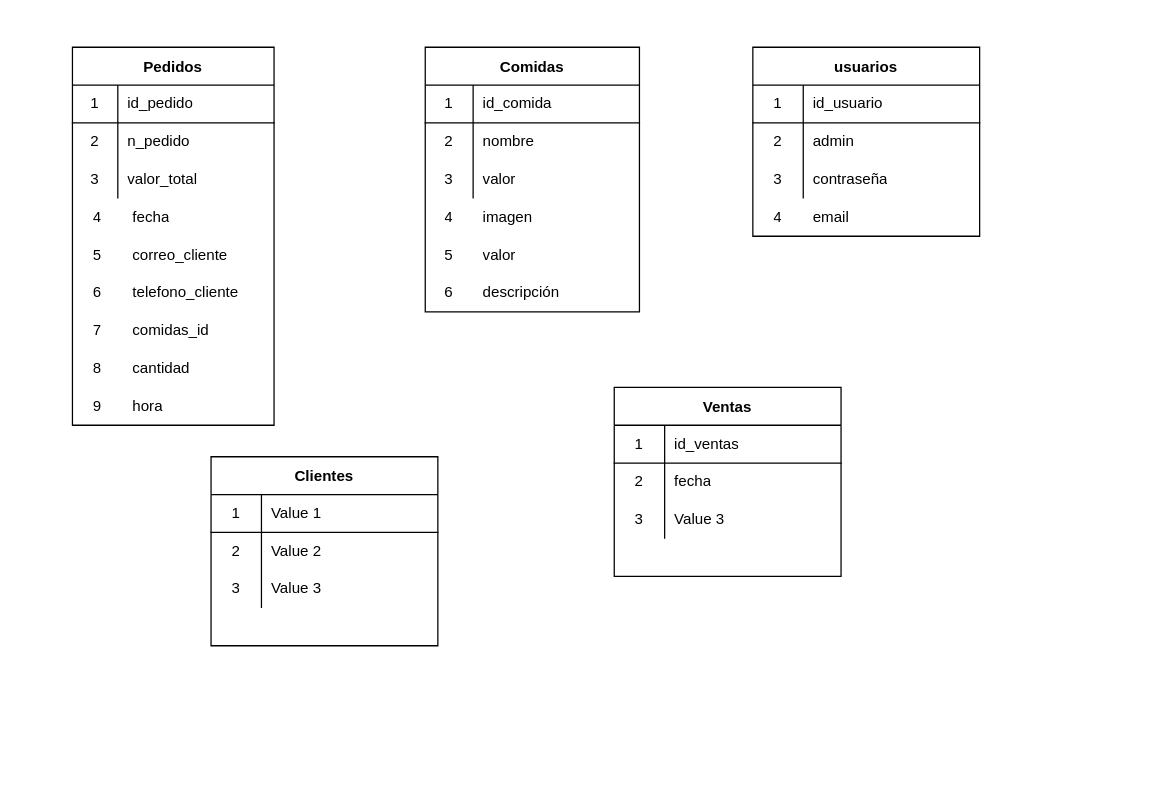
This is base-de-datos-altiroapp.drawio from nina011/bpmn_vi_semestre, a draw.io file, before an edit. Source tidied: cells renumbered, new cells numbered last; positions are measured from the earlier drawing's top-left corner, leaving out a move shared by most shapes. Both pictures are drawn from the tidied source at 126%, with x=0, y=0 at pixel (72, 47).
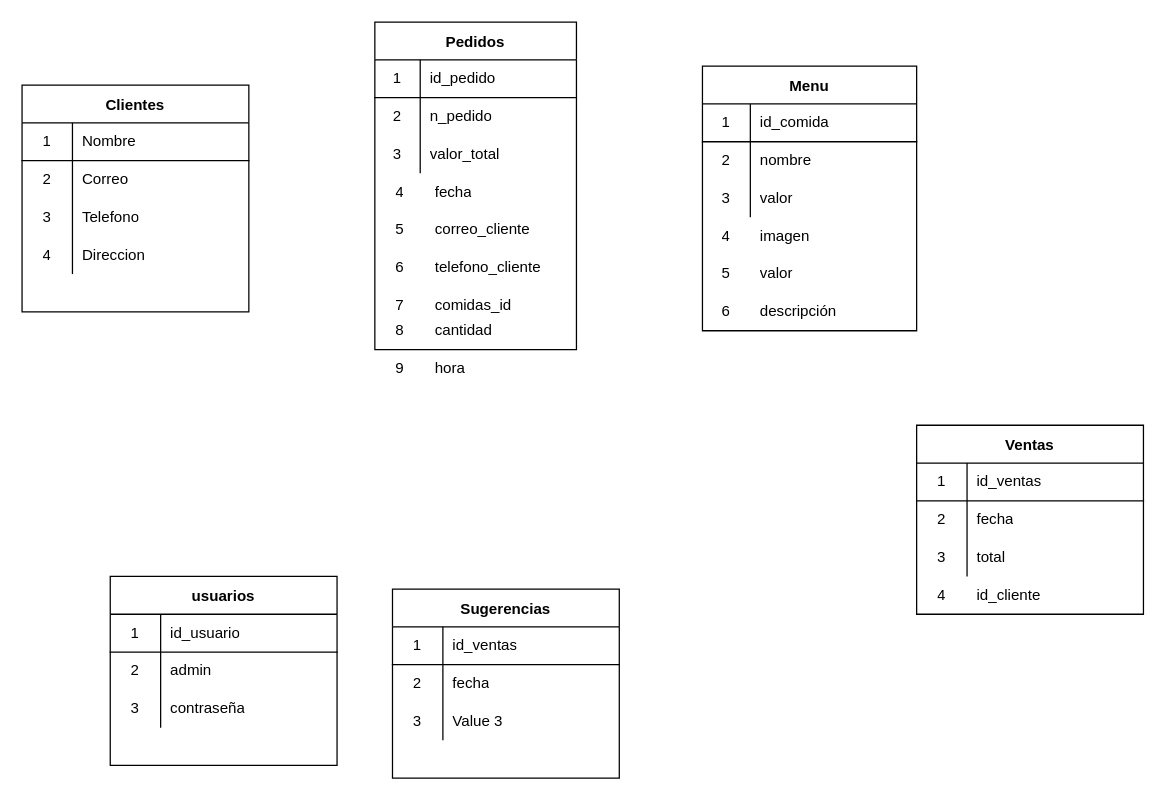
Above is the later version.

The change refers to these unchanged cells:
```xml
<mxCell id="63" style="shape=partialRectangle;html=1;whiteSpace=wrap;fillColor=none;top=0;left=0;bottom=0;right=0;" parent="56" vertex="1">
  <mxGeometry y="90" width="180" height="30" as="geometry" />
</mxCell>
<mxCell id="73" style="shape=partialRectangle;html=1;whiteSpace=wrap;fillColor=none;top=0;left=0;bottom=1;right=0;" parent="72" vertex="1">
  <mxGeometry y="30" width="180" height="30" as="geometry" />
</mxCell>
<mxCell id="76" style="shape=partialRectangle;html=1;whiteSpace=wrap;fillColor=none;top=0;left=0;bottom=0;right=0;" parent="72" vertex="1">
  <mxGeometry y="60" width="180" height="30" as="geometry" />
</mxCell>
<mxCell id="79" style="shape=partialRectangle;html=1;whiteSpace=wrap;fillColor=none;top=0;left=0;bottom=0;right=0;" parent="72" vertex="1">
  <mxGeometry y="90" width="180" height="30" as="geometry" />
</mxCell>
```

The edit, as a diff of the source:
```diff
@@
     <mxCell id="2" value="Pedidos" style="shape=table;startSize=30;childLayout=tableLayout;rowLines=0;fontStyle=1;align=center;" parent="1" vertex="1">
-      <mxGeometry width="160" height="300" as="geometry" />
+      <mxGeometry x="240" y="-20" width="160" height="260" as="geometry" />
     </mxCell>
@@
-    <mxCell id="12" value="Comidas" style="shape=table;startSize=30;childLayout=tableLayout;rowLines=0;fontStyle=1;align=center;" parent="1" vertex="1">
-      <mxGeometry x="280" width="170" height="210" as="geometry" />
+    <mxCell id="12" value="Menu" style="shape=table;startSize=30;childLayout=tableLayout;rowLines=0;fontStyle=1;align=center;" parent="1" vertex="1">
+      <mxGeometry x="500" y="15" width="170" height="210" as="geometry" />
     </mxCell>
@@
     <mxCell id="22" value="usuarios" style="shape=table;startSize=30;childLayout=tableLayout;rowLines=0;fontStyle=1;align=center;" parent="1" vertex="1">
-      <mxGeometry x="540" width="180" height="150" as="geometry" />
+      <mxGeometry x="30" y="420" width="180" height="150" as="geometry" />
     </mxCell>
@@
     <mxCell id="32" style="shape=partialRectangle;html=1;whiteSpace=wrap;fillColor=none;top=0;left=0;bottom=0;right=0;" parent="1" vertex="1">
-      <mxGeometry x="280" y="120" width="170" height="30" as="geometry" />
+      <mxGeometry x="500" y="135" width="170" height="30" as="geometry" />
     </mxCell>
@@
     <mxCell id="35" style="shape=partialRectangle;html=1;whiteSpace=wrap;fillColor=none;top=0;left=0;bottom=0;right=0;" parent="1" vertex="1">
-      <mxGeometry x="280" y="150" width="170" height="30" as="geometry" />
+      <mxGeometry x="500" y="165" width="170" height="30" as="geometry" />
     </mxCell>
@@
-    <mxCell id="38" style="shape=partialRectangle;html=1;whiteSpace=wrap;fillColor=none;top=0;left=0;bottom=0;right=0;" parent="1" vertex="1">
-      <mxGeometry y="120" width="180" height="30" as="geometry" />
-    </mxCell>
-    <mxCell id="39" value="4" style="shape=partialRectangle;html=1;whiteSpace=wrap;fillColor=none;top=0;left=0;bottom=0;right=0;overflow=hidden;" parent="38" vertex="1">
-      <mxGeometry width="40" height="30" as="geometry" />
-    </mxCell>
-    <mxCell id="40" value="fecha" style="shape=partialRectangle;html=1;whiteSpace=wrap;fillColor=none;top=0;left=0;bottom=0;right=0;align=left;spacingLeft=6;overflow=hidden;" parent="38" vertex="1">
-      <mxGeometry x="40" width="140" height="30" as="geometry" />
-    </mxCell>
     <mxCell id="41" style="shape=partialRectangle;html=1;whiteSpace=wrap;fillColor=none;top=0;left=0;bottom=0;right=0;" parent="1" vertex="1">
-      <mxGeometry y="150" width="180" height="30" as="geometry" />
+      <mxGeometry x="240" y="130" width="180" height="30" as="geometry" />
     </mxCell>
@@
     <mxCell id="44" style="shape=partialRectangle;html=1;whiteSpace=wrap;fillColor=none;top=0;left=0;bottom=0;right=0;" parent="1" vertex="1">
-      <mxGeometry y="180" width="180" height="30" as="geometry" />
+      <mxGeometry x="240" y="160" width="180" height="30" as="geometry" />
     </mxCell>
@@
     <mxCell id="47" style="shape=partialRectangle;html=1;whiteSpace=wrap;fillColor=none;top=0;left=0;bottom=0;right=0;" parent="1" vertex="1">
-      <mxGeometry y="210" width="180" height="30" as="geometry" />
+      <mxGeometry x="240" y="190" width="180" height="30" as="geometry" />
     </mxCell>
@@
     <mxCell id="50" style="shape=partialRectangle;html=1;whiteSpace=wrap;fillColor=none;top=0;left=0;bottom=0;right=0;" parent="1" vertex="1">
-      <mxGeometry x="280" y="180" width="170" height="30" as="geometry" />
+      <mxGeometry x="500" y="195" width="170" height="30" as="geometry" />
     </mxCell>
@@
     <mxCell id="53" style="shape=partialRectangle;html=1;whiteSpace=wrap;fillColor=none;top=0;left=0;bottom=0;right=0;" parent="1" vertex="1">
-      <mxGeometry y="240" width="180" height="30" as="geometry" />
+      <mxGeometry x="240" y="210" width="180" height="30" as="geometry" />
     </mxCell>
@@
     <mxCell id="56" value="Ventas" style="shape=table;startSize=30;childLayout=tableLayout;rowLines=0;fontStyle=1;align=center;" parent="1" vertex="1">
-      <mxGeometry x="430" y="270" width="180" height="150" as="geometry" />
+      <mxGeometry x="670" y="300" width="180" height="150" as="geometry" />
     </mxCell>
@@
-    <mxCell id="65" value="Value 3" style="shape=partialRectangle;html=1;whiteSpace=wrap;fillColor=none;top=0;left=0;bottom=0;right=0;align=left;spacingLeft=6;overflow=hidden;" parent="63" vertex="1">
+    <mxCell id="65" value="total" style="shape=partialRectangle;html=1;whiteSpace=wrap;fillColor=none;top=0;left=0;bottom=0;right=0;align=left;spacingLeft=6;overflow=hidden;" parent="63" vertex="1">
       <mxGeometry x="40" width="140" height="30" as="geometry" />
     </mxCell>
     <mxCell id="66" style="shape=partialRectangle;html=1;whiteSpace=wrap;fillColor=none;top=0;left=0;bottom=0;right=0;" parent="1" vertex="1">
-      <mxGeometry y="270" width="180" height="30" as="geometry" />
+      <mxGeometry x="240" y="240" width="180" height="30" as="geometry" />
     </mxCell>
@@
-    <mxCell id="69" style="shape=partialRectangle;html=1;whiteSpace=wrap;fillColor=none;top=0;left=0;bottom=0;right=0;" parent="1" vertex="1">
-      <mxGeometry x="540" y="120" width="180" height="30" as="geometry" />
-    </mxCell>
-    <mxCell id="70" value="4" style="shape=partialRectangle;html=1;whiteSpace=wrap;fillColor=none;top=0;left=0;bottom=0;right=0;overflow=hidden;" parent="69" vertex="1">
-      <mxGeometry width="40" height="30" as="geometry" />
-    </mxCell>
-    <mxCell id="71" value="email" style="shape=partialRectangle;html=1;whiteSpace=wrap;fillColor=none;top=0;left=0;bottom=0;right=0;align=left;spacingLeft=6;overflow=hidden;" parent="69" vertex="1">
-      <mxGeometry x="40" width="140" height="30" as="geometry" />
-    </mxCell>
     <mxCell id="72" value="Clientes" style="shape=table;startSize=30;childLayout=tableLayout;rowLines=0;fontStyle=1;align=center;" parent="1" vertex="1">
-      <mxGeometry x="110" y="325" width="180" height="150" as="geometry" />
+      <mxGeometry x="-40" y="30" width="180" height="180" as="geometry" />
     </mxCell>
@@
-    <mxCell id="75" value="Value 1" style="shape=partialRectangle;html=1;whiteSpace=wrap;fillColor=none;top=0;left=0;bottom=0;right=0;align=left;spacingLeft=6;overflow=hidden;" parent="73" vertex="1">
+    <mxCell id="75" value="Nombre" style="shape=partialRectangle;html=1;whiteSpace=wrap;fillColor=none;top=0;left=0;bottom=0;right=0;align=left;spacingLeft=6;overflow=hidden;" parent="73" vertex="1">
       <mxGeometry x="40" width="140" height="30" as="geometry" />
     </mxCell>
@@
-    <mxCell id="78" value="Value 2" style="shape=partialRectangle;html=1;whiteSpace=wrap;fillColor=none;top=0;left=0;bottom=0;right=0;align=left;spacingLeft=6;overflow=hidden;" parent="76" vertex="1">
+    <mxCell id="78" value="Correo" style="shape=partialRectangle;html=1;whiteSpace=wrap;fillColor=none;top=0;left=0;bottom=0;right=0;align=left;spacingLeft=6;overflow=hidden;" parent="76" vertex="1">
       <mxGeometry x="40" width="140" height="30" as="geometry" />
     </mxCell>
@@
-    <mxCell id="81" value="Value 3" style="shape=partialRectangle;html=1;whiteSpace=wrap;fillColor=none;top=0;left=0;bottom=0;right=0;align=left;spacingLeft=6;overflow=hidden;" parent="79" vertex="1">
+    <mxCell id="81" value="Telefono" style="shape=partialRectangle;html=1;whiteSpace=wrap;fillColor=none;top=0;left=0;bottom=0;right=0;align=left;spacingLeft=6;overflow=hidden;" parent="79" vertex="1">
       <mxGeometry x="40" width="140" height="30" as="geometry" />
     </mxCell>
+    <mxCell id="82" style="shape=partialRectangle;html=1;whiteSpace=wrap;fillColor=none;top=0;left=0;bottom=0;right=0;" parent="72" vertex="1">
+      <mxGeometry y="120" width="180" height="30" as="geometry" />
+    </mxCell>
+    <mxCell id="83" value="4" style="shape=partialRectangle;html=1;whiteSpace=wrap;fillColor=none;top=0;left=0;bottom=0;right=0;overflow=hidden;" parent="82" vertex="1">
+      <mxGeometry width="40" height="30" as="geometry" />
+    </mxCell>
+    <mxCell id="84" value="Direccion" style="shape=partialRectangle;html=1;whiteSpace=wrap;fillColor=none;top=0;left=0;bottom=0;right=0;align=left;spacingLeft=6;overflow=hidden;" parent="82" vertex="1">
+      <mxGeometry x="40" width="140" height="30" as="geometry" />
+    </mxCell>
+    <mxCell id="85" value="Sugerencias" style="shape=table;startSize=30;childLayout=tableLayout;rowLines=0;fontStyle=1;align=center;" parent="1" vertex="1">
+      <mxGeometry x="254" y="430" width="180" height="150" as="geometry" />
+    </mxCell>
+    <mxCell id="86" style="shape=partialRectangle;html=1;whiteSpace=wrap;fillColor=none;top=0;left=0;bottom=1;right=0;" parent="85" vertex="1">
+      <mxGeometry y="30" width="180" height="30" as="geometry" />
+    </mxCell>
+    <mxCell id="87" value="1" style="shape=partialRectangle;html=1;whiteSpace=wrap;fillColor=none;top=0;left=0;bottom=0;right=0;overflow=hidden;" parent="86" vertex="1">
+      <mxGeometry width="40" height="30" as="geometry" />
+    </mxCell>
+    <mxCell id="88" value="id_ventas" style="shape=partialRectangle;html=1;whiteSpace=wrap;fillColor=none;top=0;left=0;bottom=0;right=0;align=left;spacingLeft=6;overflow=hidden;" parent="86" vertex="1">
+      <mxGeometry x="40" width="140" height="30" as="geometry" />
+    </mxCell>
+    <mxCell id="89" style="shape=partialRectangle;html=1;whiteSpace=wrap;fillColor=none;top=0;left=0;bottom=0;right=0;" parent="85" vertex="1">
+      <mxGeometry y="60" width="180" height="30" as="geometry" />
+    </mxCell>
+    <mxCell id="90" value="2" style="shape=partialRectangle;html=1;whiteSpace=wrap;fillColor=none;top=0;left=0;bottom=0;right=0;overflow=hidden;" parent="89" vertex="1">
+      <mxGeometry width="40" height="30" as="geometry" />
+    </mxCell>
+    <mxCell id="91" value="fecha" style="shape=partialRectangle;html=1;whiteSpace=wrap;fillColor=none;top=0;left=0;bottom=0;right=0;align=left;spacingLeft=6;overflow=hidden;" parent="89" vertex="1">
+      <mxGeometry x="40" width="140" height="30" as="geometry" />
+    </mxCell>
+    <mxCell id="92" style="shape=partialRectangle;html=1;whiteSpace=wrap;fillColor=none;top=0;left=0;bottom=0;right=0;" parent="85" vertex="1">
+      <mxGeometry y="90" width="180" height="30" as="geometry" />
+    </mxCell>
+    <mxCell id="93" value="3" style="shape=partialRectangle;html=1;whiteSpace=wrap;fillColor=none;top=0;left=0;bottom=0;right=0;overflow=hidden;" parent="92" vertex="1">
+      <mxGeometry width="40" height="30" as="geometry" />
+    </mxCell>
+    <mxCell id="94" value="Value 3" style="shape=partialRectangle;html=1;whiteSpace=wrap;fillColor=none;top=0;left=0;bottom=0;right=0;align=left;spacingLeft=6;overflow=hidden;" parent="92" vertex="1">
+      <mxGeometry x="40" width="140" height="30" as="geometry" />
+    </mxCell>
+    <mxCell id="38" style="shape=partialRectangle;html=1;whiteSpace=wrap;fillColor=none;top=0;left=0;bottom=0;right=0;" parent="1" vertex="1">
+      <mxGeometry x="240" y="100" width="180" height="30" as="geometry" />
+    </mxCell>
+    <mxCell id="39" value="4" style="shape=partialRectangle;html=1;whiteSpace=wrap;fillColor=none;top=0;left=0;bottom=0;right=0;overflow=hidden;" parent="38" vertex="1">
+      <mxGeometry width="40" height="30" as="geometry" />
+    </mxCell>
+    <mxCell id="40" value="fecha" style="shape=partialRectangle;html=1;whiteSpace=wrap;fillColor=none;top=0;left=0;bottom=0;right=0;align=left;spacingLeft=6;overflow=hidden;" parent="38" vertex="1">
+      <mxGeometry x="40" width="140" height="30" as="geometry" />
+    </mxCell>
+    <mxCell id="95" style="shape=partialRectangle;html=1;whiteSpace=wrap;fillColor=none;top=0;left=0;bottom=0;right=0;" parent="1" vertex="1">
+      <mxGeometry x="670" y="420" width="180" height="30" as="geometry" />
+    </mxCell>
+    <mxCell id="96" value="4" style="shape=partialRectangle;html=1;whiteSpace=wrap;fillColor=none;top=0;left=0;bottom=0;right=0;overflow=hidden;" parent="95" vertex="1">
+      <mxGeometry width="40" height="30" as="geometry" />
+    </mxCell>
+    <mxCell id="97" value="id_cliente" style="shape=partialRectangle;html=1;whiteSpace=wrap;fillColor=none;top=0;left=0;bottom=0;right=0;align=left;spacingLeft=6;overflow=hidden;" parent="95" vertex="1">
+      <mxGeometry x="40" width="140" height="30" as="geometry" />
+    </mxCell>
```
